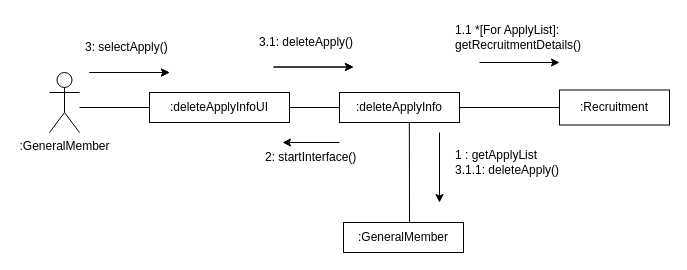
FinancialWorld16/SE_TEAM keeps this draw.io diagram as B811190_진선명/지원정보삭제.drawio. Above is the earlier version. Source tidied: cells renumbered, new cells numbered last; positions are measured from the earlier drawing's top-left corner, leaving out a move shared by most shapes. Both pictures are drawn from the tidied source at 100%, with x=0, y=0 at pixel (49, 16).
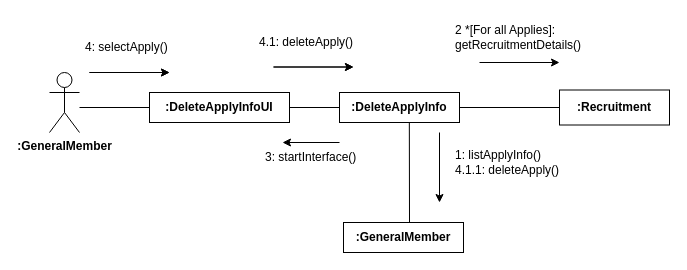
The same diagram, later.

The edit, as a diff of the source:
```diff
@@
-    <mxCell id="2" value="3: selectApply()" style="text;strokeColor=none;fillColor=none;align=left;verticalAlign=middle;spacingLeft=4;spacingRight=4;overflow=hidden;whiteSpace=wrap;html=1;" parent="1" vertex="1">
+    <mxCell id="2" value="4: selectApply()" style="text;strokeColor=none;fillColor=none;align=left;verticalAlign=middle;spacingLeft=4;spacingRight=4;overflow=hidden;whiteSpace=wrap;html=1;" parent="1" vertex="1">
       <mxGeometry x="30" y="16" width="100" height="30" as="geometry" />
     </mxCell>
@@
-    <mxCell id="4" value="3.1: deleteApply()" style="text;strokeColor=none;fillColor=none;align=left;verticalAlign=middle;spacingLeft=4;spacingRight=4;overflow=hidden;whiteSpace=wrap;html=1;" parent="1" vertex="1">
+    <mxCell id="4" value="4.1: deleteApply()" style="text;strokeColor=none;fillColor=none;align=left;verticalAlign=middle;spacingLeft=4;spacingRight=4;overflow=hidden;whiteSpace=wrap;html=1;" parent="1" vertex="1">
       <mxGeometry x="204" y="10.5" width="140" height="30" as="geometry" />
     </mxCell>
@@
-    <mxCell id="8" value=":GeneralMember" style="shape=umlActor;verticalLabelPosition=bottom;verticalAlign=top;html=1;" parent="1" vertex="1">
+    <mxCell id="8" value=":GeneralMember" style="shape=umlActor;verticalLabelPosition=bottom;verticalAlign=top;html=1;fontStyle=1;" parent="1" vertex="1">
       <mxGeometry y="56" width="30" height="60" as="geometry" />
     </mxCell>
-    <mxCell id="9" value=":deleteApplyInfoUI" style="rounded=0;whiteSpace=wrap;html=1;" parent="1" vertex="1">
+    <mxCell id="9" value=":DeleteApplyInfoUI" style="rounded=0;whiteSpace=wrap;html=1;fontStyle=1;" parent="1" vertex="1">
       <mxGeometry x="100" y="76" width="140" height="30" as="geometry" />
     </mxCell>
-    <mxCell id="10" value=":deleteApplyInfo" style="rounded=0;whiteSpace=wrap;html=1;" parent="1" vertex="1">
+    <mxCell id="10" value=":DeleteApplyInfo" style="rounded=0;whiteSpace=wrap;html=1;fontStyle=1;" parent="1" vertex="1">
       <mxGeometry x="290" y="76" width="120" height="30" as="geometry" />
     </mxCell>
@@
-    <mxCell id="14" value="2: startInterface()" style="text;strokeColor=none;fillColor=none;align=left;verticalAlign=middle;spacingLeft=4;spacingRight=4;overflow=hidden;whiteSpace=wrap;html=1;" parent="1" vertex="1">
+    <mxCell id="14" value="3: startInterface()" style="text;strokeColor=none;fillColor=none;align=left;verticalAlign=middle;spacingLeft=4;spacingRight=4;overflow=hidden;whiteSpace=wrap;html=1;" parent="1" vertex="1">
       <mxGeometry x="210" y="126" width="110" height="30" as="geometry" />
     </mxCell>
-    <mxCell id="15" value=":GeneralMember" style="rounded=0;whiteSpace=wrap;html=1;" parent="1" vertex="1">
+    <mxCell id="15" value=":GeneralMember" style="rounded=0;whiteSpace=wrap;html=1;fontStyle=1;" parent="1" vertex="1">
       <mxGeometry x="294" y="206" width="120" height="30" as="geometry" />
     </mxCell>
-    <mxCell id="16" value="1.1 *[For ApplyList]: getRecruitmentDetails()" style="text;strokeColor=none;fillColor=none;align=left;verticalAlign=middle;spacingLeft=4;spacingRight=4;overflow=hidden;whiteSpace=wrap;html=1;" parent="1" vertex="1">
+    <mxCell id="16" value="2 *[For all Applies]: getRecruitmentDetails()" style="text;strokeColor=none;fillColor=none;align=left;verticalAlign=middle;spacingLeft=4;spacingRight=4;overflow=hidden;whiteSpace=wrap;html=1;" parent="1" vertex="1">
       <mxGeometry x="400" y="0.5" width="170" height="40" as="geometry" />
     </mxCell>
@@
-    <mxCell id="20" value="1 : getApplyList&lt;br&gt;3.1.1: deleteApply()" style="text;strokeColor=none;fillColor=none;align=left;verticalAlign=middle;spacingLeft=4;spacingRight=4;overflow=hidden;whiteSpace=wrap;html=1;" parent="1" vertex="1">
+    <mxCell id="20" value="1: listApplyInfo()&lt;br&gt;4.1.1: deleteApply()" style="text;strokeColor=none;fillColor=none;align=left;verticalAlign=middle;spacingLeft=4;spacingRight=4;overflow=hidden;whiteSpace=wrap;html=1;" parent="1" vertex="1">
       <mxGeometry x="400" y="126" width="120" height="40" as="geometry" />
     </mxCell>
-    <mxCell id="21" value=":Recruitment" style="rounded=0;whiteSpace=wrap;html=1;" parent="1" vertex="1">
+    <mxCell id="21" value=":Recruitment" style="rounded=0;whiteSpace=wrap;html=1;fontStyle=1;" parent="1" vertex="1">
       <mxGeometry x="510" y="73.5" width="110" height="35" as="geometry" />
     </mxCell>
```
